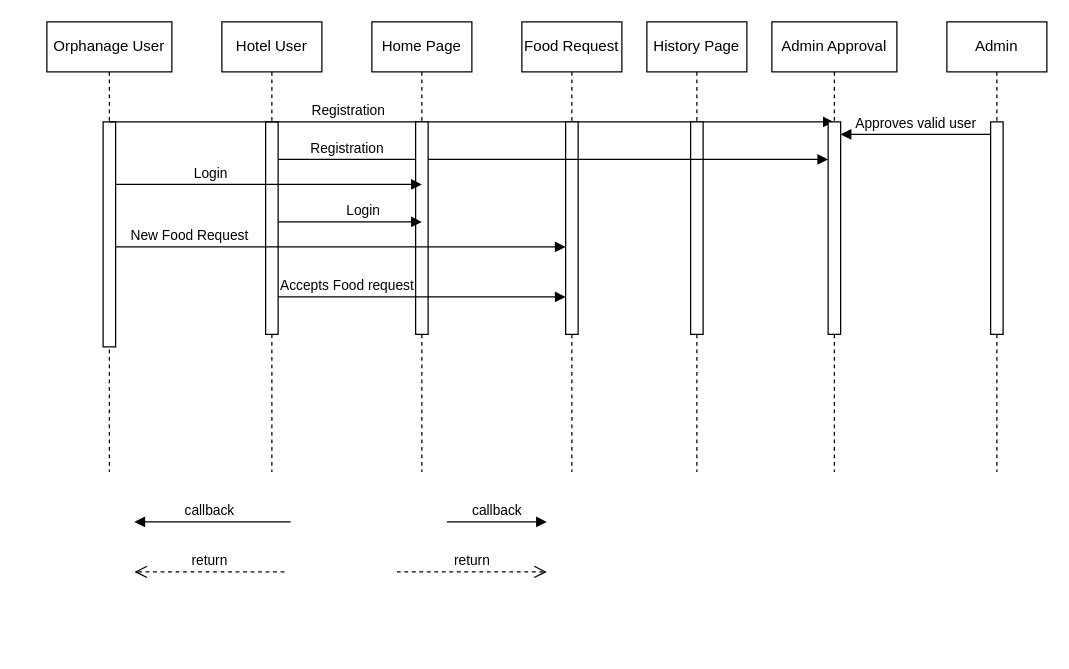
The draw.io diagram sequenceDiagram.drawio in Sriram-V-99/MCA-Project-, before the edit. Source tidied: cells renumbered, new cells numbered last; positions are measured from the earlier drawing's top-left corner, leaving out a move shared by most shapes. Both pictures are drawn from the tidied source at 125%, with x=0, y=0 at pixel (46, 21).
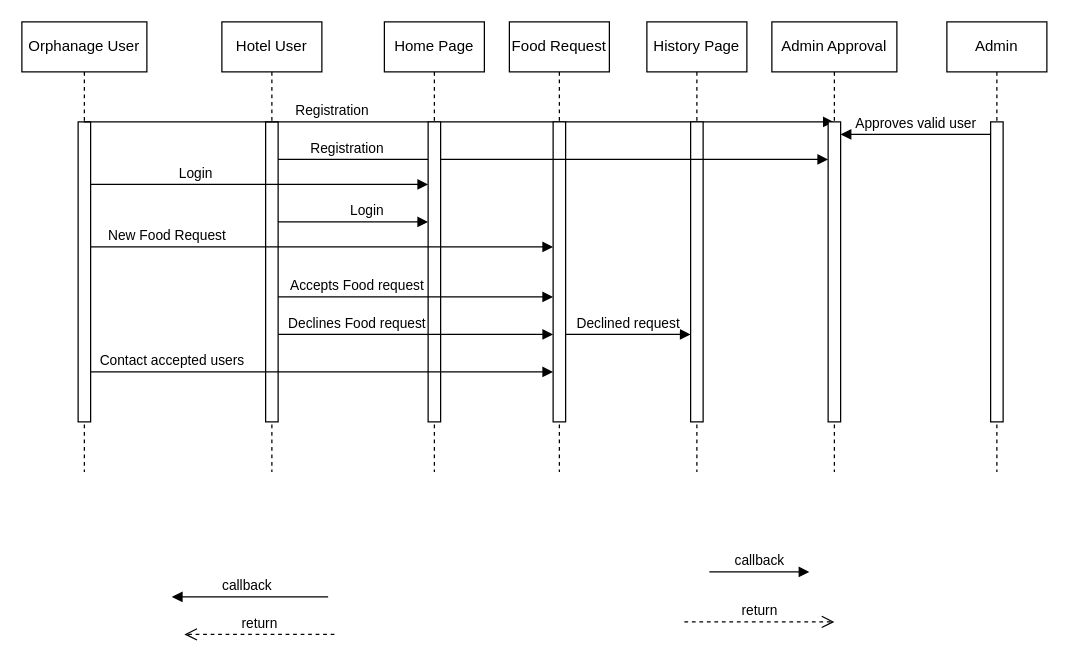
The same diagram, later.

The change refers to these unchanged cells:
```xml
<mxCell id="4" value="Hotel User" style="shape=umlLifeline;perimeter=lifelinePerimeter;whiteSpace=wrap;html=1;newEdgeStyle={&quot;edgeStyle&quot;:&quot;elbowEdgeStyle&quot;,&quot;elbow&quot;:&quot;vertical&quot;,&quot;curved&quot;:0,&quot;rounded&quot;:0};" parent="1" vertex="1">
  <mxGeometry x="140" width="80" height="360" as="geometry" />
</mxCell>
<mxCell id="10" value="Admin" style="shape=umlLifeline;perimeter=lifelinePerimeter;whiteSpace=wrap;html=1;newEdgeStyle={&quot;edgeStyle&quot;:&quot;elbowEdgeStyle&quot;,&quot;elbow&quot;:&quot;vertical&quot;,&quot;curved&quot;:0,&quot;rounded&quot;:0};" parent="1" vertex="1">
  <mxGeometry x="720" width="80" height="360" as="geometry" />
</mxCell>
<mxCell id="14" value="History Page" style="shape=umlLifeline;perimeter=lifelinePerimeter;whiteSpace=wrap;html=1;newEdgeStyle={&quot;edgeStyle&quot;:&quot;elbowEdgeStyle&quot;,&quot;elbow&quot;:&quot;vertical&quot;,&quot;curved&quot;:0,&quot;rounded&quot;:0};" parent="1" vertex="1">
  <mxGeometry x="480" width="80" height="360" as="geometry" />
</mxCell>
<mxCell id="16" value="Admin Approval" style="shape=umlLifeline;perimeter=lifelinePerimeter;whiteSpace=wrap;html=1;newEdgeStyle={&quot;edgeStyle&quot;:&quot;elbowEdgeStyle&quot;,&quot;elbow&quot;:&quot;vertical&quot;,&quot;curved&quot;:0,&quot;rounded&quot;:0};" parent="1" vertex="1">
  <mxGeometry x="580" width="100" height="360" as="geometry" />
</mxCell>
```

Diff of the diagram source:
```diff
@@
     <mxCell id="2" value="Orphanage User" style="shape=umlLifeline;perimeter=lifelinePerimeter;whiteSpace=wrap;html=1;outlineConnect=0;portConstraint=eastwest;newEdgeStyle={&quot;edgeStyle&quot;:&quot;elbowEdgeStyle&quot;,&quot;elbow&quot;:&quot;vertical&quot;,&quot;curved&quot;:0,&quot;rounded&quot;:0};" parent="1" vertex="1">
-      <mxGeometry width="100" height="360" as="geometry" />
+      <mxGeometry x="-20" width="100" height="360" as="geometry" />
     </mxCell>
     <mxCell id="3" style="html=1;points=[];perimeter=orthogonalPerimeter;outlineConnect=0;targetShapes=umlLifeline;portConstraint=eastwest;newEdgeStyle={&quot;edgeStyle&quot;:&quot;elbowEdgeStyle&quot;,&quot;elbow&quot;:&quot;vertical&quot;,&quot;curved&quot;:0,&quot;rounded&quot;:0};" parent="2" vertex="1">
-      <mxGeometry x="45" y="80" width="10" height="180" as="geometry" />
+      <mxGeometry x="45" y="80" width="10" height="240" as="geometry" />
     </mxCell>
@@
     <mxCell id="5" style="html=1;points=[];perimeter=orthogonalPerimeter;outlineConnect=0;targetShapes=umlLifeline;portConstraint=eastwest;newEdgeStyle={&quot;edgeStyle&quot;:&quot;elbowEdgeStyle&quot;,&quot;elbow&quot;:&quot;vertical&quot;,&quot;curved&quot;:0,&quot;rounded&quot;:0};" parent="4" vertex="1">
-      <mxGeometry x="35" y="80" width="10" height="170" as="geometry" />
+      <mxGeometry x="35" y="80" width="10" height="240" as="geometry" />
     </mxCell>
-    <mxCell id="6" value="Registration" style="html=1;verticalAlign=bottom;endArrow=block;edgeStyle=elbowEdgeStyle;elbow=vertical;curved=0;rounded=0;" parent="1" edge="1">
+    <mxCell id="6" value="Registration" style="html=1;verticalAlign=bottom;endArrow=block;edgeStyle=elbowEdgeStyle;elbow=vertical;curved=0;rounded=0;" parent="1" edge="1" source="2">
       <mxGeometry x="-0.34" relative="1" as="geometry">
-        <mxPoint x="49.5" y="80" as="sourcePoint" />
         <mxPoint x="629.5" y="80" as="targetPoint" />
         <Array as="points">
           <mxPoint x="137.8" y="80" />
         </Array>
       </mxGeometry>
     </mxCell>
     <mxCell id="7" value="return" style="html=1;verticalAlign=bottom;endArrow=open;dashed=1;endSize=8;edgeStyle=elbowEdgeStyle;elbow=vertical;curved=0;rounded=0;" parent="1" edge="1">
       <mxGeometry relative="1" as="geometry">
-        <mxPoint x="190" y="440" as="sourcePoint" />
-        <mxPoint x="70" y="440" as="targetPoint" />
+        <mxPoint x="230" y="490" as="sourcePoint" />
+        <mxPoint x="110" y="490" as="targetPoint" />
         <Array as="points">
-          <mxPoint x="165" y="440" />
+          <mxPoint x="205" y="490" />
         </Array>
       </mxGeometry>
     </mxCell>
     <mxCell id="8" value="callback" style="html=1;verticalAlign=bottom;endArrow=block;edgeStyle=elbowEdgeStyle;elbow=vertical;curved=0;rounded=0;" parent="1" edge="1">
       <mxGeometry relative="1" as="geometry">
-        <mxPoint x="320" y="400" as="sourcePoint" />
-        <mxPoint x="400" y="400" as="targetPoint" />
+        <mxPoint x="530" y="440" as="sourcePoint" />
+        <mxPoint x="610" y="440" as="targetPoint" />
         <Array as="points">
-          <mxPoint x="360" y="400" />
+          <mxPoint x="570" y="440" />
         </Array>
       </mxGeometry>
     </mxCell>
     <mxCell id="9" value="return" style="html=1;verticalAlign=bottom;endArrow=open;dashed=1;endSize=8;edgeStyle=elbowEdgeStyle;elbow=vertical;curved=0;rounded=0;" parent="1" edge="1">
       <mxGeometry relative="1" as="geometry">
-        <mxPoint x="280" y="440" as="sourcePoint" />
-        <mxPoint x="400" y="440" as="targetPoint" />
+        <mxPoint x="510" y="480" as="sourcePoint" />
+        <mxPoint x="630" y="480" as="targetPoint" />
         <Array as="points">
-          <mxPoint x="365" y="440" />
+          <mxPoint x="595" y="480" />
         </Array>
       </mxGeometry>
     </mxCell>
@@
     <mxCell id="11" style="html=1;points=[];perimeter=orthogonalPerimeter;outlineConnect=0;targetShapes=umlLifeline;portConstraint=eastwest;newEdgeStyle={&quot;edgeStyle&quot;:&quot;elbowEdgeStyle&quot;,&quot;elbow&quot;:&quot;vertical&quot;,&quot;curved&quot;:0,&quot;rounded&quot;:0};" parent="10" vertex="1">
-      <mxGeometry x="35" y="80" width="10" height="170" as="geometry" />
+      <mxGeometry x="35" y="80" width="10" height="240" as="geometry" />
     </mxCell>
     <mxCell id="12" value="Food Request" style="shape=umlLifeline;perimeter=lifelinePerimeter;whiteSpace=wrap;html=1;newEdgeStyle={&quot;edgeStyle&quot;:&quot;elbowEdgeStyle&quot;,&quot;elbow&quot;:&quot;vertical&quot;,&quot;curved&quot;:0,&quot;rounded&quot;:0};" parent="1" vertex="1">
-      <mxGeometry x="380" width="80" height="360" as="geometry" />
+      <mxGeometry x="370" width="80" height="360" as="geometry" />
     </mxCell>
     <mxCell id="13" style="html=1;points=[];perimeter=orthogonalPerimeter;outlineConnect=0;targetShapes=umlLifeline;portConstraint=eastwest;newEdgeStyle={&quot;edgeStyle&quot;:&quot;elbowEdgeStyle&quot;,&quot;elbow&quot;:&quot;vertical&quot;,&quot;curved&quot;:0,&quot;rounded&quot;:0};" parent="12" vertex="1">
-      <mxGeometry x="35" y="80" width="10" height="170" as="geometry" />
+      <mxGeometry x="35" y="80" width="10" height="240" as="geometry" />
     </mxCell>
@@
     <mxCell id="15" style="html=1;points=[];perimeter=orthogonalPerimeter;outlineConnect=0;targetShapes=umlLifeline;portConstraint=eastwest;newEdgeStyle={&quot;edgeStyle&quot;:&quot;elbowEdgeStyle&quot;,&quot;elbow&quot;:&quot;vertical&quot;,&quot;curved&quot;:0,&quot;rounded&quot;:0};" parent="14" vertex="1">
-      <mxGeometry x="35" y="80" width="10" height="170" as="geometry" />
+      <mxGeometry x="35" y="80" width="10" height="240" as="geometry" />
     </mxCell>
@@
     <mxCell id="17" style="html=1;points=[];perimeter=orthogonalPerimeter;outlineConnect=0;targetShapes=umlLifeline;portConstraint=eastwest;newEdgeStyle={&quot;edgeStyle&quot;:&quot;elbowEdgeStyle&quot;,&quot;elbow&quot;:&quot;vertical&quot;,&quot;curved&quot;:0,&quot;rounded&quot;:0};" parent="16" vertex="1">
-      <mxGeometry x="45" y="80" width="10" height="170" as="geometry" />
+      <mxGeometry x="45" y="80" width="10" height="240" as="geometry" />
     </mxCell>
@@
-    <mxCell id="19" value="Registration" style="html=1;verticalAlign=bottom;endArrow=block;edgeStyle=elbowEdgeStyle;elbow=vertical;curved=0;rounded=0;" parent="1" edge="1">
+    <mxCell id="19" value="Registration" style="html=1;verticalAlign=bottom;endArrow=block;edgeStyle=elbowEdgeStyle;elbow=vertical;curved=0;rounded=0;" parent="1" edge="1" source="5">
       <mxGeometry x="-0.75" relative="1" as="geometry">
-        <mxPoint x="185" y="110" as="sourcePoint" />
         <mxPoint x="625" y="110" as="targetPoint" />
         <Array as="points">
           <mxPoint x="210" y="110" />
         </Array>
       </mxGeometry>
     </mxCell>
     <mxCell id="20" value="callback" style="html=1;verticalAlign=bottom;endArrow=block;edgeStyle=elbowEdgeStyle;elbow=vertical;curved=0;rounded=0;" parent="1" edge="1">
       <mxGeometry x="0.04" relative="1" as="geometry">
-        <mxPoint x="195" y="400" as="sourcePoint" />
-        <mxPoint x="70" y="400" as="targetPoint" />
+        <mxPoint x="225" y="460" as="sourcePoint" />
+        <mxPoint x="100" y="460" as="targetPoint" />
         <Array as="points">
-          <mxPoint x="160" y="400" />
+          <mxPoint x="190" y="460" />
         </Array>
       </mxGeometry>
     </mxCell>
     <mxCell id="21" value="Home Page" style="shape=umlLifeline;perimeter=lifelinePerimeter;whiteSpace=wrap;html=1;newEdgeStyle={&quot;edgeStyle&quot;:&quot;elbowEdgeStyle&quot;,&quot;elbow&quot;:&quot;vertical&quot;,&quot;curved&quot;:0,&quot;rounded&quot;:0};" parent="1" vertex="1">
-      <mxGeometry x="260" width="80" height="360" as="geometry" />
+      <mxGeometry x="270" width="80" height="360" as="geometry" />
     </mxCell>
     <mxCell id="22" style="html=1;points=[];perimeter=orthogonalPerimeter;outlineConnect=0;targetShapes=umlLifeline;portConstraint=eastwest;newEdgeStyle={&quot;edgeStyle&quot;:&quot;elbowEdgeStyle&quot;,&quot;elbow&quot;:&quot;vertical&quot;,&quot;curved&quot;:0,&quot;rounded&quot;:0};" parent="21" vertex="1">
-      <mxGeometry x="35" y="80" width="10" height="170" as="geometry" />
+      <mxGeometry x="35" y="80" width="10" height="240" as="geometry" />
     </mxCell>
-    <mxCell id="23" value="Login" style="html=1;verticalAlign=bottom;endArrow=block;edgeStyle=elbowEdgeStyle;elbow=vertical;curved=0;rounded=0;" parent="1" edge="1" source="3">
+    <mxCell id="23" value="Login" style="html=1;verticalAlign=bottom;endArrow=block;edgeStyle=elbowEdgeStyle;elbow=vertical;curved=0;rounded=0;" parent="1" edge="1" source="3" target="22">
       <mxGeometry x="-0.38" relative="1" as="geometry">
-        <mxPoint x="300" y="130" as="targetPoint" />
         <Array as="points">
           <mxPoint x="105" y="130" />
         </Array>
       </mxGeometry>
     </mxCell>
-    <mxCell id="24" value="Login" style="html=1;verticalAlign=bottom;endArrow=block;edgeStyle=elbowEdgeStyle;elbow=vertical;curved=0;rounded=0;" parent="1" edge="1" source="5">
+    <mxCell id="24" value="Login" style="html=1;verticalAlign=bottom;endArrow=block;edgeStyle=elbowEdgeStyle;elbow=vertical;curved=0;rounded=0;" parent="1" edge="1" source="5" target="22">
       <mxGeometry x="0.18" relative="1" as="geometry">
-        <mxPoint x="300" y="160" as="targetPoint" />
         <Array as="points">
           <mxPoint x="240" y="160" />
         </Array>
       </mxGeometry>
     </mxCell>
@@
     <mxCell id="26" value="Accepts Food request" style="html=1;verticalAlign=bottom;endArrow=block;edgeStyle=elbowEdgeStyle;elbow=vertical;curved=0;rounded=0;" parent="1" edge="1" source="5" target="13">
-      <mxGeometry x="-0.52" relative="1" as="geometry">
+      <mxGeometry x="-0.43" relative="1" as="geometry">
         <Array as="points">
           <mxPoint x="340" y="220" />
         </Array>
       </mxGeometry>
     </mxCell>
+    <mxCell id="27" value="Declines Food request" style="html=1;verticalAlign=bottom;endArrow=block;edgeStyle=elbowEdgeStyle;elbow=vertical;curved=0;rounded=0;" parent="1" edge="1" source="5" target="13">
+      <mxGeometry x="-0.43" relative="1" as="geometry">
+        <Array as="points">
+          <mxPoint x="240" y="250" />
+        </Array>
+      </mxGeometry>
+    </mxCell>
+    <mxCell id="28" value="Declined request" style="html=1;verticalAlign=bottom;endArrow=block;edgeStyle=elbowEdgeStyle;elbow=vertical;curved=0;rounded=0;" parent="1" edge="1" source="13" target="15">
+      <mxGeometry relative="1" as="geometry">
+        <Array as="points">
+          <mxPoint x="470" y="250" />
+        </Array>
+      </mxGeometry>
+    </mxCell>
+    <mxCell id="29" value="Contact accepted users" style="html=1;verticalAlign=bottom;endArrow=block;edgeStyle=elbowEdgeStyle;elbow=vertical;curved=0;rounded=0;" parent="1" edge="1" source="3" target="13">
+      <mxGeometry x="-0.65" relative="1" as="geometry">
+        <Array as="points">
+          <mxPoint x="110" y="280" />
+        </Array>
+      </mxGeometry>
+    </mxCell>
```
